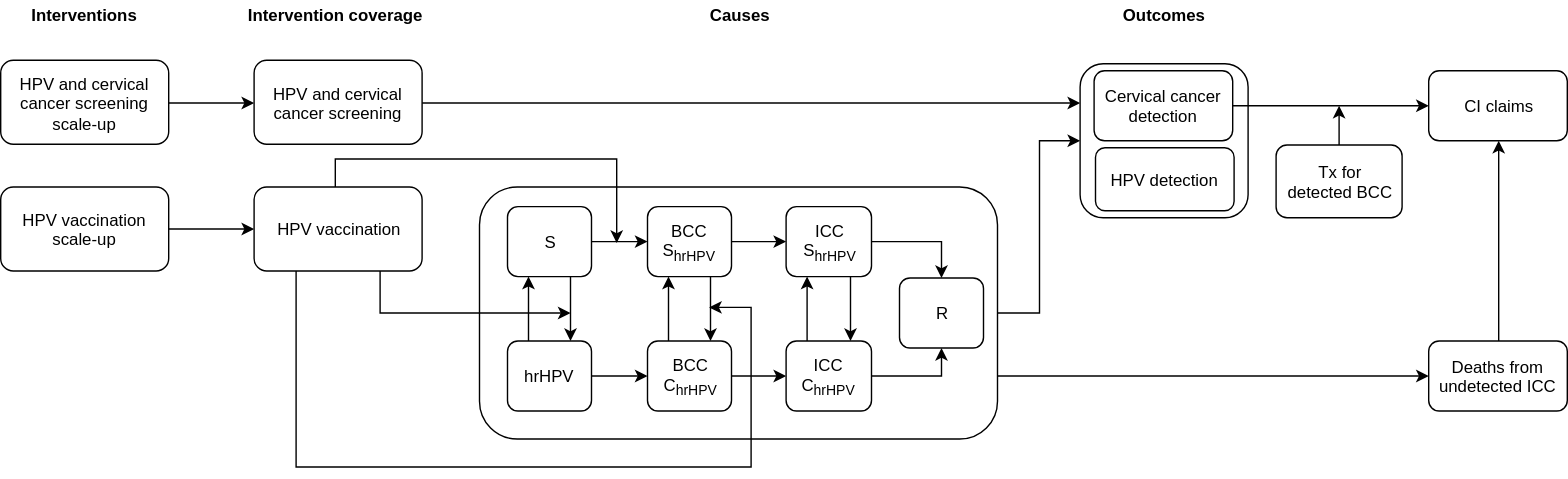
Earlier version of the draw.io export docs/source/concept_models/vivarium_swissre_cervicalcancer/cervical_cancer_concept_model_diagram.svg (ihmeuw/vivarium_research). Source tidied: cells renumbered, new cells last; positions are measured from the earlier drawing's top-left corner, leaving out a move shared by most shapes.
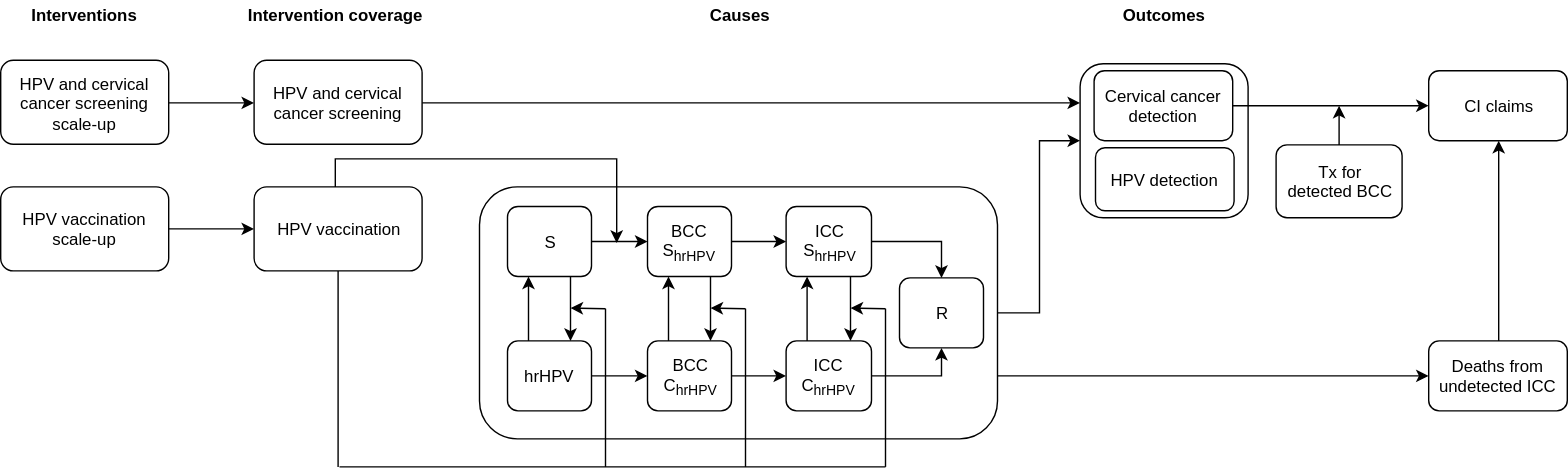
The same diagram one commit later.

Commit message:
update cervical cancer concept model diagram

Diff of the diagram source:
```diff
@@ -5,6 +5,11 @@
     <mxCell id="2" style="edgeStyle=orthogonalEdgeStyle;rounded=0;jettySize=auto;html=1;exitX=1;exitY=0.5;exitDx=0;exitDy=0;entryX=0;entryY=0.5;entryDx=0;entryDy=0;" parent="1" edge="1" source="3" target="4">
       <mxGeometry relative="1" as="geometry" />
     </mxCell>
+    <mxCell id="47" style="edgeStyle=orthogonalEdgeStyle;rounded=0;jettySize=auto;html=1;exitX=0.25;exitY=1;exitDx=0;exitDy=0;" parent="1" edge="1" source="3">
+      <mxGeometry relative="1" as="geometry">
+        <mxPoint x="435" y="223" as="targetPoint" />
+      </mxGeometry>
+    </mxCell>
     <mxCell id="3" style="rounded=1;whiteSpace=wrap;html=1;" parent="1" vertex="1">
       <mxGeometry x="342" y="133" width="370" height="180" as="geometry" />
     </mxCell>
@@ -92,24 +97,6 @@
         </Array>
       </mxGeometry>
     </mxCell>
-    <mxCell id="29" style="edgeStyle=orthogonalEdgeStyle;rounded=0;jettySize=auto;html=1;exitX=0.75;exitY=1;exitDx=0;exitDy=0;" parent="1" edge="1" source="31">
-      <mxGeometry relative="1" as="geometry">
-        <mxPoint x="407" y="223" as="targetPoint" />
-        <Array as="points">
-          <mxPoint x="271" y="223" />
-        </Array>
-      </mxGeometry>
-    </mxCell>
-    <mxCell id="30" style="edgeStyle=orthogonalEdgeStyle;rounded=0;jettySize=auto;html=1;exitX=0.25;exitY=1;exitDx=0;exitDy=0;" parent="1" edge="1" source="31">
-      <mxGeometry relative="1" as="geometry">
-        <mxPoint x="506" y="219" as="targetPoint" />
-        <Array as="points">
-          <mxPoint x="211" y="333" />
-          <mxPoint x="536" y="333" />
-          <mxPoint x="536" y="219" />
-        </Array>
-      </mxGeometry>
-    </mxCell>
     <mxCell id="31" value="&lt;span style=&quot;white-space: normal&quot;&gt;HPV vaccination&lt;/span&gt;" style="rounded=1;whiteSpace=wrap;html=1;" parent="1" vertex="1">
       <mxGeometry x="181" y="133" width="120" height="60" as="geometry" />
     </mxCell>
@@ -160,5 +147,52 @@
     <mxCell id="46" value="R" style="rounded=1;whiteSpace=wrap;html=1;" parent="1" vertex="1">
       <mxGeometry x="642" y="198" width="60" height="50" as="geometry" />
     </mxCell>
+    <mxCell id="48" style="endArrow=classic;html=1;" parent="1" edge="1">
+      <mxGeometry relative="1" as="geometry">
+        <mxPoint x="432" y="220" as="sourcePoint" />
+        <mxPoint x="407" y="219.5" as="targetPoint" />
+      </mxGeometry>
+    </mxCell>
+    <mxCell id="49" style="endArrow=none;html=1;entryX=0.5;entryY=1;entryDx=0;entryDy=0;" parent="1" edge="1" target="31">
+      <mxGeometry relative="1" as="geometry">
+        <mxPoint x="241" y="333" as="sourcePoint" />
+      </mxGeometry>
+    </mxCell>
+    <mxCell id="50" style="endArrow=none;html=1;" parent="1" edge="1">
+      <mxGeometry relative="1" as="geometry">
+        <mxPoint x="242" y="333" as="sourcePoint" />
+        <mxPoint x="632" y="333" as="targetPoint" />
+      </mxGeometry>
+    </mxCell>
+    <mxCell id="51" style="endArrow=none;html=1;" parent="1" edge="1">
+      <mxGeometry relative="1" as="geometry">
+        <mxPoint x="432" y="333" as="sourcePoint" />
+        <mxPoint x="432" y="220" as="targetPoint" />
+      </mxGeometry>
+    </mxCell>
+    <mxCell id="52" style="endArrow=classic;html=1;" parent="1" edge="1">
+      <mxGeometry relative="1" as="geometry">
+        <mxPoint x="532" y="220" as="sourcePoint" />
+        <mxPoint x="507" y="219.5" as="targetPoint" />
+      </mxGeometry>
+    </mxCell>
+    <mxCell id="53" style="endArrow=none;html=1;" parent="1" edge="1">
+      <mxGeometry relative="1" as="geometry">
+        <mxPoint x="532" y="333" as="sourcePoint" />
+        <mxPoint x="532" y="220" as="targetPoint" />
+      </mxGeometry>
+    </mxCell>
+    <mxCell id="54" style="endArrow=classic;html=1;" parent="1" edge="1">
+      <mxGeometry relative="1" as="geometry">
+        <mxPoint x="632" y="220" as="sourcePoint" />
+        <mxPoint x="607" y="219.5" as="targetPoint" />
+      </mxGeometry>
+    </mxCell>
+    <mxCell id="55" style="endArrow=none;html=1;" parent="1" edge="1">
+      <mxGeometry relative="1" as="geometry">
+        <mxPoint x="632" y="333" as="sourcePoint" />
+        <mxPoint x="632" y="220" as="targetPoint" />
+      </mxGeometry>
+    </mxCell>
   </root>
 </mxGraphModel>
```
